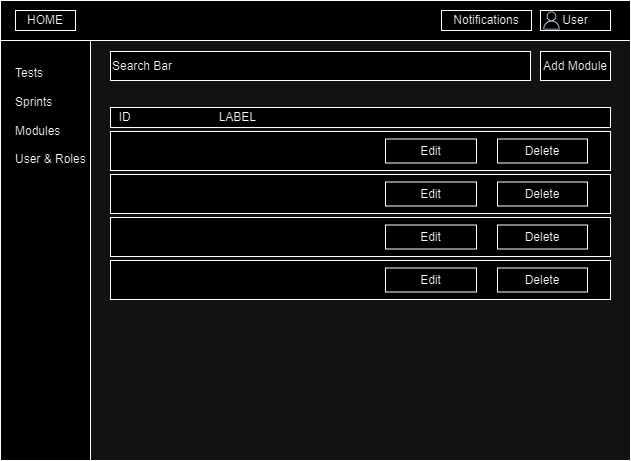
Above: Documents/assets/wireframes/AllModulesWireFrame.drawio.png in ViktorGox/ProjectClientOnBoardGitProject (draw.io), before the change. Source tidied: cells renumbered, new cells last; positions are measured from the earlier drawing's top-left corner, leaving out a move shared by most shapes. Its diagram source:
```xml
<mxGraphModel>
  <root>
    <mxCell id="0" />
    <mxCell id="1" parent="0" />
    <mxCell id="2" style="swimlane;startSize=0;" parent="1" vertex="1">
      <mxGeometry width="630" height="460" as="geometry" />
    </mxCell>
    <mxCell id="3" style="rounded=0;whiteSpace=wrap;html=1;" parent="2" vertex="1">
      <mxGeometry width="90" height="460" as="geometry" />
    </mxCell>
    <mxCell id="4" style="rounded=0;whiteSpace=wrap;html=1;" parent="2" vertex="1">
      <mxGeometry width="630" height="40" as="geometry" />
    </mxCell>
    <mxCell id="5" value="Tests&lt;br&gt;&lt;br&gt;Sprints&lt;br&gt;&lt;br&gt;Modules&lt;br&gt;&lt;br&gt;User &amp;amp; Roles" style="text;html=1;strokeColor=none;fillColor=none;align=left;verticalAlign=middle;whiteSpace=wrap;rounded=0;" parent="2" vertex="1">
      <mxGeometry x="12.5" y="61" width="85" height="109" as="geometry" />
    </mxCell>
    <mxCell id="6" value="Notifications" style="rounded=0;whiteSpace=wrap;html=1;" parent="2" vertex="1">
      <mxGeometry x="441" y="10" width="90" height="20" as="geometry" />
    </mxCell>
    <mxCell id="7" value="User" style="rounded=0;whiteSpace=wrap;html=1;" parent="2" vertex="1">
      <mxGeometry x="540" y="10" width="70" height="20" as="geometry" />
    </mxCell>
    <mxCell id="8" style="sketch=0;fontColor=#232F3E;gradientColor=none;fillColor=#232F3D;strokeColor=none;dashed=0;verticalLabelPosition=bottom;verticalAlign=top;align=center;html=1;fontSize=12;fontStyle=0;shape=mxgraph.aws4.user;" parent="2" vertex="1">
      <mxGeometry x="542" y="11" width="18" height="18" as="geometry" />
    </mxCell>
    <mxCell id="9" style="rounded=0;whiteSpace=wrap;html=1;" parent="2" vertex="1">
      <mxGeometry x="110" y="131" width="500" height="39" as="geometry" />
    </mxCell>
    <mxCell id="10" style="rounded=0;whiteSpace=wrap;html=1;" parent="2" vertex="1">
      <mxGeometry x="110" y="174" width="500" height="39" as="geometry" />
    </mxCell>
    <mxCell id="11" style="rounded=0;whiteSpace=wrap;html=1;" parent="2" vertex="1">
      <mxGeometry x="110" y="217" width="500" height="39" as="geometry" />
    </mxCell>
    <mxCell id="12" style="rounded=0;whiteSpace=wrap;html=1;" parent="2" vertex="1">
      <mxGeometry x="110" y="260" width="500" height="39" as="geometry" />
    </mxCell>
    <mxCell id="13" value="&amp;nbsp; ID&lt;span style=&quot;white-space: pre;&quot;&gt;&#9;&lt;/span&gt;&amp;nbsp;&amp;nbsp;&lt;span style=&quot;white-space: pre;&quot;&gt;&#9;&lt;/span&gt;&lt;span style=&quot;white-space: pre;&quot;&gt;&#9;&lt;span style=&quot;white-space: pre;&quot;&gt;&#9;&lt;/span&gt;&lt;/span&gt;LABEL" style="rounded=0;whiteSpace=wrap;html=1;align=left;" parent="2" vertex="1">
      <mxGeometry x="110" y="107" width="500" height="20" as="geometry" />
    </mxCell>
    <mxCell id="14" value="Search Bar" style="rounded=0;whiteSpace=wrap;html=1;align=left;" parent="2" vertex="1">
      <mxGeometry x="110" y="51" width="420" height="29" as="geometry" />
    </mxCell>
    <mxCell id="15" value="Add Module" style="rounded=0;whiteSpace=wrap;html=1;" parent="2" vertex="1">
      <mxGeometry x="540" y="51" width="70" height="29" as="geometry" />
    </mxCell>
    <mxCell id="16" value="HOME" style="rounded=0;whiteSpace=wrap;html=1;" parent="2" vertex="1">
      <mxGeometry x="15" y="10" width="60" height="20" as="geometry" />
    </mxCell>
    <mxCell id="17" value="Edit" style="rounded=0;whiteSpace=wrap;html=1;" parent="2" vertex="1">
      <mxGeometry x="385" y="138.5" width="91" height="24" as="geometry" />
    </mxCell>
    <mxCell id="18" value="Delete" style="rounded=0;whiteSpace=wrap;html=1;" parent="2" vertex="1">
      <mxGeometry x="497" y="138.5" width="90" height="24" as="geometry" />
    </mxCell>
    <mxCell id="19" value="Edit" style="rounded=0;whiteSpace=wrap;html=1;" parent="2" vertex="1">
      <mxGeometry x="385" y="181.5" width="91" height="24" as="geometry" />
    </mxCell>
    <mxCell id="20" value="Delete" style="rounded=0;whiteSpace=wrap;html=1;" parent="2" vertex="1">
      <mxGeometry x="497" y="181.5" width="90" height="24" as="geometry" />
    </mxCell>
    <mxCell id="21" value="Edit" style="rounded=0;whiteSpace=wrap;html=1;" parent="2" vertex="1">
      <mxGeometry x="385" y="224.5" width="91" height="24" as="geometry" />
    </mxCell>
    <mxCell id="22" value="Delete" style="rounded=0;whiteSpace=wrap;html=1;" parent="2" vertex="1">
      <mxGeometry x="497" y="224.5" width="90" height="24" as="geometry" />
    </mxCell>
    <mxCell id="23" value="Edit" style="rounded=0;whiteSpace=wrap;html=1;" parent="2" vertex="1">
      <mxGeometry x="385" y="267.5" width="91" height="24" as="geometry" />
    </mxCell>
    <mxCell id="24" value="Delete" style="rounded=0;whiteSpace=wrap;html=1;" parent="2" vertex="1">
      <mxGeometry x="497" y="267.5" width="90" height="24" as="geometry" />
    </mxCell>
  </root>
</mxGraphModel>
```
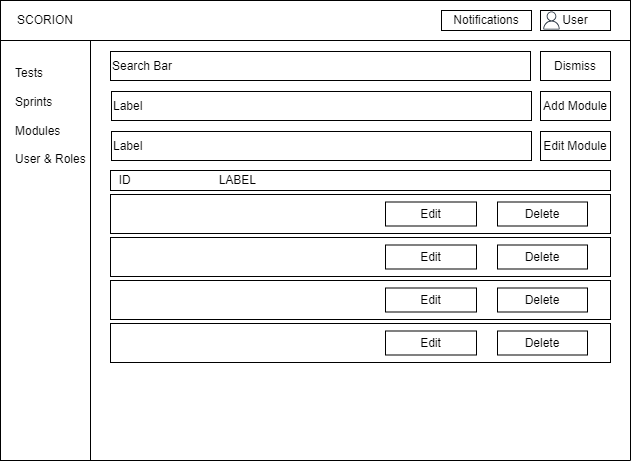
The same diagram one commit later.

Diff of the diagram source:
```diff
@@ -24,52 +24,64 @@
       <mxGeometry x="542" y="11" width="18" height="18" as="geometry" />
     </mxCell>
     <mxCell id="9" style="rounded=0;whiteSpace=wrap;html=1;" parent="2" vertex="1">
-      <mxGeometry x="110" y="131" width="500" height="39" as="geometry" />
+      <mxGeometry x="110" y="194" width="500" height="39" as="geometry" />
     </mxCell>
     <mxCell id="10" style="rounded=0;whiteSpace=wrap;html=1;" parent="2" vertex="1">
-      <mxGeometry x="110" y="174" width="500" height="39" as="geometry" />
+      <mxGeometry x="110" y="237" width="500" height="39" as="geometry" />
     </mxCell>
     <mxCell id="11" style="rounded=0;whiteSpace=wrap;html=1;" parent="2" vertex="1">
-      <mxGeometry x="110" y="217" width="500" height="39" as="geometry" />
+      <mxGeometry x="110" y="280" width="500" height="39" as="geometry" />
     </mxCell>
     <mxCell id="12" style="rounded=0;whiteSpace=wrap;html=1;" parent="2" vertex="1">
-      <mxGeometry x="110" y="260" width="500" height="39" as="geometry" />
+      <mxGeometry x="110" y="323" width="500" height="39" as="geometry" />
     </mxCell>
     <mxCell id="13" value="&amp;nbsp; ID&lt;span style=&quot;white-space: pre;&quot;&gt;&#9;&lt;/span&gt;&amp;nbsp;&amp;nbsp;&lt;span style=&quot;white-space: pre;&quot;&gt;&#9;&lt;/span&gt;&lt;span style=&quot;white-space: pre;&quot;&gt;&#9;&lt;span style=&quot;white-space: pre;&quot;&gt;&#9;&lt;/span&gt;&lt;/span&gt;LABEL" style="rounded=0;whiteSpace=wrap;html=1;align=left;" parent="2" vertex="1">
-      <mxGeometry x="110" y="107" width="500" height="20" as="geometry" />
+      <mxGeometry x="110" y="170" width="500" height="20" as="geometry" />
     </mxCell>
     <mxCell id="14" value="Search Bar" style="rounded=0;whiteSpace=wrap;html=1;align=left;" parent="2" vertex="1">
       <mxGeometry x="110" y="51" width="420" height="29" as="geometry" />
     </mxCell>
     <mxCell id="15" value="Add Module" style="rounded=0;whiteSpace=wrap;html=1;" parent="2" vertex="1">
-      <mxGeometry x="540" y="51" width="70" height="29" as="geometry" />
+      <mxGeometry x="540" y="91" width="70" height="29" as="geometry" />
     </mxCell>
-    <mxCell id="16" value="HOME" style="rounded=0;whiteSpace=wrap;html=1;" parent="2" vertex="1">
-      <mxGeometry x="15" y="10" width="60" height="20" as="geometry" />
-    </mxCell>
     <mxCell id="17" value="Edit" style="rounded=0;whiteSpace=wrap;html=1;" parent="2" vertex="1">
-      <mxGeometry x="385" y="138.5" width="91" height="24" as="geometry" />
+      <mxGeometry x="385" y="201.5" width="91" height="24" as="geometry" />
     </mxCell>
     <mxCell id="18" value="Delete" style="rounded=0;whiteSpace=wrap;html=1;" parent="2" vertex="1">
-      <mxGeometry x="497" y="138.5" width="90" height="24" as="geometry" />
+      <mxGeometry x="497" y="201.5" width="90" height="24" as="geometry" />
     </mxCell>
     <mxCell id="19" value="Edit" style="rounded=0;whiteSpace=wrap;html=1;" parent="2" vertex="1">
-      <mxGeometry x="385" y="181.5" width="91" height="24" as="geometry" />
+      <mxGeometry x="385" y="244.5" width="91" height="24" as="geometry" />
     </mxCell>
     <mxCell id="20" value="Delete" style="rounded=0;whiteSpace=wrap;html=1;" parent="2" vertex="1">
-      <mxGeometry x="497" y="181.5" width="90" height="24" as="geometry" />
+      <mxGeometry x="497" y="244.5" width="90" height="24" as="geometry" />
     </mxCell>
     <mxCell id="21" value="Edit" style="rounded=0;whiteSpace=wrap;html=1;" parent="2" vertex="1">
-      <mxGeometry x="385" y="224.5" width="91" height="24" as="geometry" />
+      <mxGeometry x="385" y="287.5" width="91" height="24" as="geometry" />
     </mxCell>
     <mxCell id="22" value="Delete" style="rounded=0;whiteSpace=wrap;html=1;" parent="2" vertex="1">
-      <mxGeometry x="497" y="224.5" width="90" height="24" as="geometry" />
+      <mxGeometry x="497" y="287.5" width="90" height="24" as="geometry" />
     </mxCell>
     <mxCell id="23" value="Edit" style="rounded=0;whiteSpace=wrap;html=1;" parent="2" vertex="1">
-      <mxGeometry x="385" y="267.5" width="91" height="24" as="geometry" />
+      <mxGeometry x="385" y="330.5" width="91" height="24" as="geometry" />
     </mxCell>
     <mxCell id="24" value="Delete" style="rounded=0;whiteSpace=wrap;html=1;" parent="2" vertex="1">
-      <mxGeometry x="497" y="267.5" width="90" height="24" as="geometry" />
+      <mxGeometry x="497" y="330.5" width="90" height="24" as="geometry" />
     </mxCell>
+    <mxCell id="25" value="Label" style="rounded=0;whiteSpace=wrap;html=1;align=left;" parent="2" vertex="1">
+      <mxGeometry x="111" y="91" width="420" height="29" as="geometry" />
+    </mxCell>
+    <mxCell id="26" value="Dismiss" style="rounded=0;whiteSpace=wrap;html=1;" parent="2" vertex="1">
+      <mxGeometry x="540" y="51" width="70" height="29" as="geometry" />
+    </mxCell>
+    <mxCell id="27" value="Edit Module" style="rounded=0;whiteSpace=wrap;html=1;" parent="2" vertex="1">
+      <mxGeometry x="540" y="131" width="70" height="29" as="geometry" />
+    </mxCell>
+    <mxCell id="28" value="Label" style="rounded=0;whiteSpace=wrap;html=1;align=left;" parent="2" vertex="1">
+      <mxGeometry x="111" y="131" width="420" height="29" as="geometry" />
+    </mxCell>
+    <mxCell id="29" value="SCORION" style="text;html=1;strokeColor=none;fillColor=none;align=center;verticalAlign=middle;whiteSpace=wrap;rounded=0;" parent="2" vertex="1">
+      <mxGeometry x="15" y="5" width="60" height="30" as="geometry" />
+    </mxCell>
   </root>
 </mxGraphModel>
```
